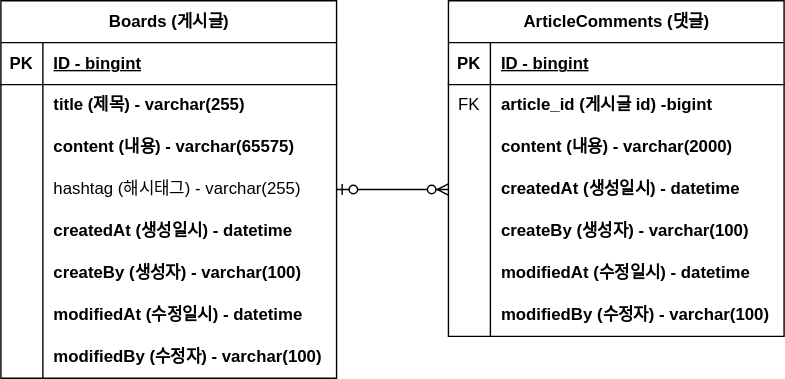
Before: document/board-domain-erd.svg, a diagram exported from draw.io (H-24/project-board). Source tidied: cells renumbered, new cells last; positions are measured from the earlier drawing's top-left corner, leaving out a move shared by most shapes.
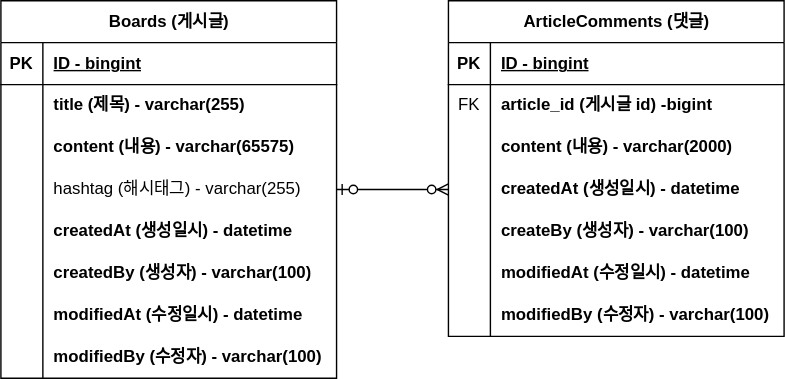
After the change.

Change to the diagram source:
```diff
@@ -56,7 +56,7 @@
     <mxCell id="19" style="shape=partialRectangle;fillColor=none;top=0;left=0;bottom=0;right=0;overflow=hidden;whiteSpace=wrap;html=1;" parent="18" vertex="1">
       <mxGeometry width="30" height="30" as="geometry" />
     </mxCell>
-    <mxCell id="20" value="&lt;b&gt;createBy (생성자) - varchar(100)&lt;/b&gt;" style="shape=partialRectangle;fillColor=none;top=0;left=0;bottom=0;right=0;align=left;spacingLeft=6;overflow=hidden;whiteSpace=wrap;html=1;" parent="18" vertex="1">
+    <mxCell id="20" value="&lt;b&gt;createdBy (생성자) - varchar(100)&lt;/b&gt;" style="shape=partialRectangle;fillColor=none;top=0;left=0;bottom=0;right=0;align=left;spacingLeft=6;overflow=hidden;whiteSpace=wrap;html=1;" parent="18" vertex="1">
       <mxGeometry x="30" width="210" height="30" as="geometry" />
     </mxCell>
     <mxCell id="21" style="shape=tableRow;horizontal=0;startSize=0;swimlaneHead=0;swimlaneBody=0;fillColor=none;top=0;left=0;right=0;bottom=0;" parent="2" vertex="1">
```
